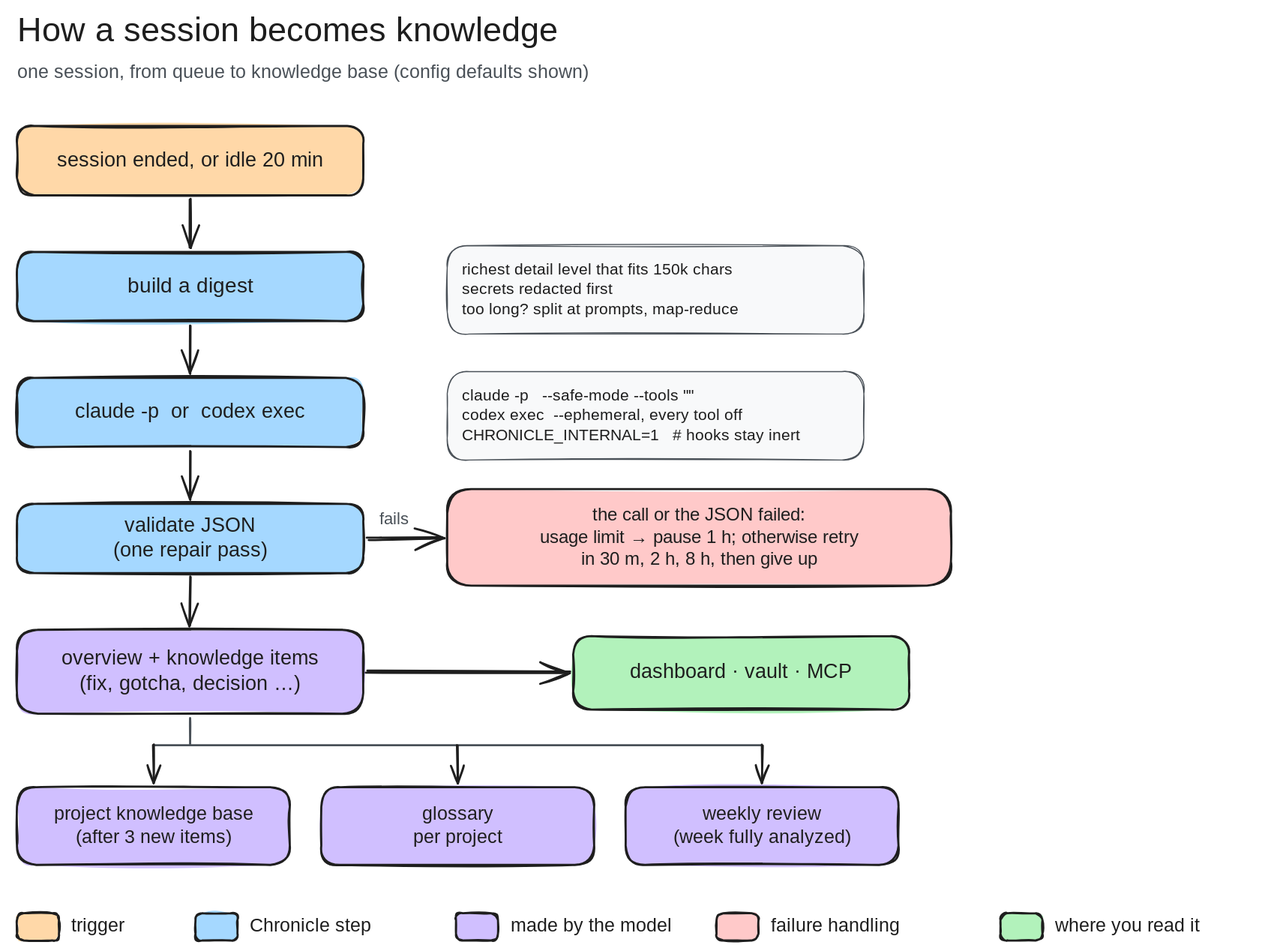
Above: docs/diagrams/analysis.excalidraw.svg in Chatixia-AI/agents-chronicle (Excalidraw), before the change. Source tidied: one line per element, renumbered; positions are measured from the earlier drawing's top-left corner, leaving out a move shared by most shapes.
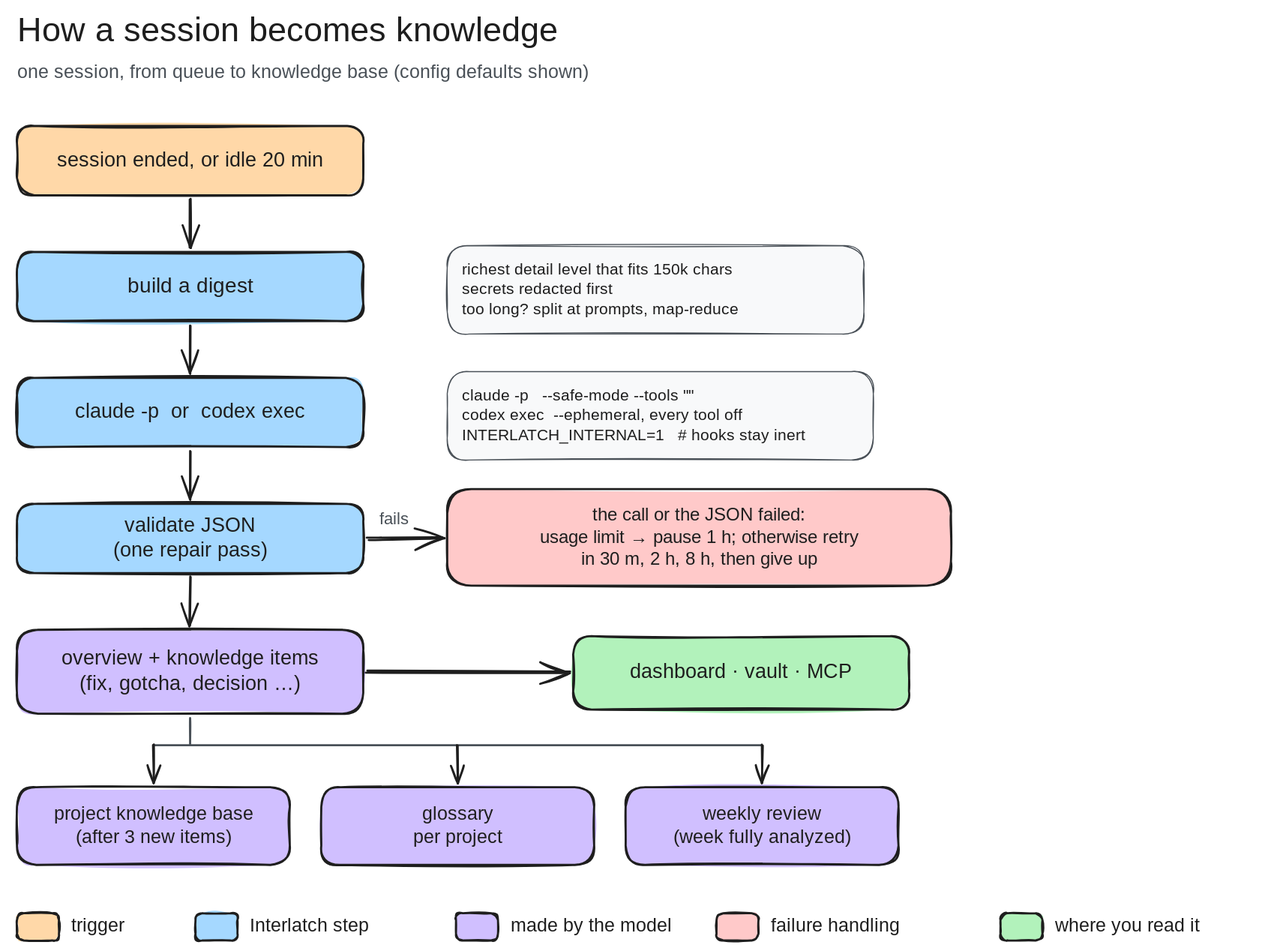
Later version of the same file.

Diff of the diagram source:
```diff
@@ -16,8 +16,8 @@
 {"id": 15, "type": "arrow", "strokeColor": "#1e1e1e", "strokeWidth": 2, "roughness": 1, "endArrowhead": "arrow", "round": true, "from": 8, "to": 10, "x": 171, "y": 540, "width": 0, "height": 46, "points": [[0, 0], [0, 46]]}
 {"id": 16, "type": "rectangle", "strokeColor": "#495057", "backgroundColor": "#f8f9fa", "fillStyle": "solid", "strokeWidth": 1, "roughness": 1, "round": true, "x": 416, "y": 224, "width": 397, "height": 84}
 {"id": 17, "type": "text", "text": "richest detail level that fits 150k chars\nsecrets redacted first\ntoo long? split at prompts, map-reduce", "strokeColor": "#1e1e1e", "strokeWidth": 2, "roughness": 1, "fontSize": 15, "fontFamily": 3, "x": 430, "y": 238, "width": 369, "height": 56}
-{"id": 18, "type": "rectangle", "strokeColor": "#495057", "backgroundColor": "#f8f9fa", "fillStyle": "solid", "strokeWidth": 1, "roughness": 1, "round": true, "x": 416, "y": 344, "width": 397, "height": 84}
+{"id": 18, "type": "rectangle", "strokeColor": "#495057", "backgroundColor": "#f8f9fa", "fillStyle": "solid", "strokeWidth": 1, "roughness": 1, "round": true, "x": 416, "y": 344, "width": 406, "height": 84}
-{"id": 19, "type": "text", "text": "claude -p   --safe-mode --tools \"\"\ncodex exec  --ephemeral, every tool off\nCHRONICLE_INTERNAL=1   # hooks stay inert", "strokeColor": "#1e1e1e", "strokeWidth": 2, "roughness": 1, "fontSize": 15, "fontFamily": 3, "x": 430, "y": 358, "width": 369, "height": 56}
+{"id": 19, "type": "text", "text": "claude -p   --safe-mode --tools \"\"\ncodex exec  --ephemeral, every tool off\nINTERLATCH_INTERNAL=1   # hooks stay inert", "strokeColor": "#1e1e1e", "strokeWidth": 2, "roughness": 1, "fontSize": 15, "fontFamily": 3, "x": 430, "y": 358, "width": 378, "height": 56}
 {"id": 20, "type": "rectangle", "strokeColor": "#1e1e1e", "backgroundColor": "#ffc9c9", "fillStyle": "solid", "strokeWidth": 2, "roughness": 1, "round": true, "x": 416, "y": 456, "width": 480, "height": 92}
 {"id": 21, "type": "text", "text": "the call or the JSON failed:\nusage limit → pause 1 h; otherwise retry\nin 30 m, 2 h, 8 h, then give up", "strokeColor": "#1e1e1e", "strokeWidth": 2, "roughness": 1, "fontSize": 17, "fontFamily": 1, "textAlign": "center", "verticalAlign": "middle", "inside": 20, "x": 445, "y": 470, "width": 422, "height": 64}
 {"id": 22, "type": "arrow", "strokeColor": "#1e1e1e", "strokeWidth": 2, "roughness": 1, "endArrowhead": "arrow", "round": true, "from": 8, "to": 20, "x": 340, "y": 503, "width": 72, "height": 0, "points": [[0, 0], [72, 0]]}
@@ -39,7 +39,7 @@
 {"id": 38, "type": "rectangle", "strokeColor": "#1e1e1e", "backgroundColor": "#ffd8a8", "fillStyle": "solid", "strokeWidth": 2, "roughness": 1, "round": true, "x": 6, "y": 860, "width": 40, "height": 26}
 {"id": 39, "type": "text", "text": "trigger", "strokeColor": "#1e1e1e", "strokeWidth": 2, "roughness": 1, "fontSize": 18, "fontFamily": 1, "x": 58, "y": 861, "width": 78, "height": 22}
 {"id": 40, "type": "rectangle", "strokeColor": "#1e1e1e", "backgroundColor": "#a5d8ff", "fillStyle": "solid", "strokeWidth": 2, "roughness": 1, "round": true, "x": 176, "y": 860, "width": 40, "height": 26}
-{"id": 41, "type": "text", "text": "Chronicle step", "strokeColor": "#1e1e1e", "strokeWidth": 2, "roughness": 1, "fontSize": 18, "fontFamily": 1, "x": 228, "y": 861, "width": 156, "height": 22}
+{"id": 41, "type": "text", "text": "Interlatch step", "strokeColor": "#1e1e1e", "strokeWidth": 2, "roughness": 1, "fontSize": 18, "fontFamily": 1, "x": 228, "y": 861, "width": 167, "height": 22}
 {"id": 42, "type": "rectangle", "strokeColor": "#1e1e1e", "backgroundColor": "#d0bfff", "fillStyle": "solid", "strokeWidth": 2, "roughness": 1, "round": true, "x": 424, "y": 860, "width": 40, "height": 26}
 {"id": 43, "type": "text", "text": "made by the model", "strokeColor": "#1e1e1e", "strokeWidth": 2, "roughness": 1, "fontSize": 18, "fontFamily": 1, "x": 476, "y": 861, "width": 190, "height": 22}
 {"id": 44, "type": "rectangle", "strokeColor": "#1e1e1e", "backgroundColor": "#ffc9c9", "fillStyle": "solid", "strokeWidth": 2, "roughness": 1, "round": true, "x": 672, "y": 860, "width": 40, "height": 26}
```
